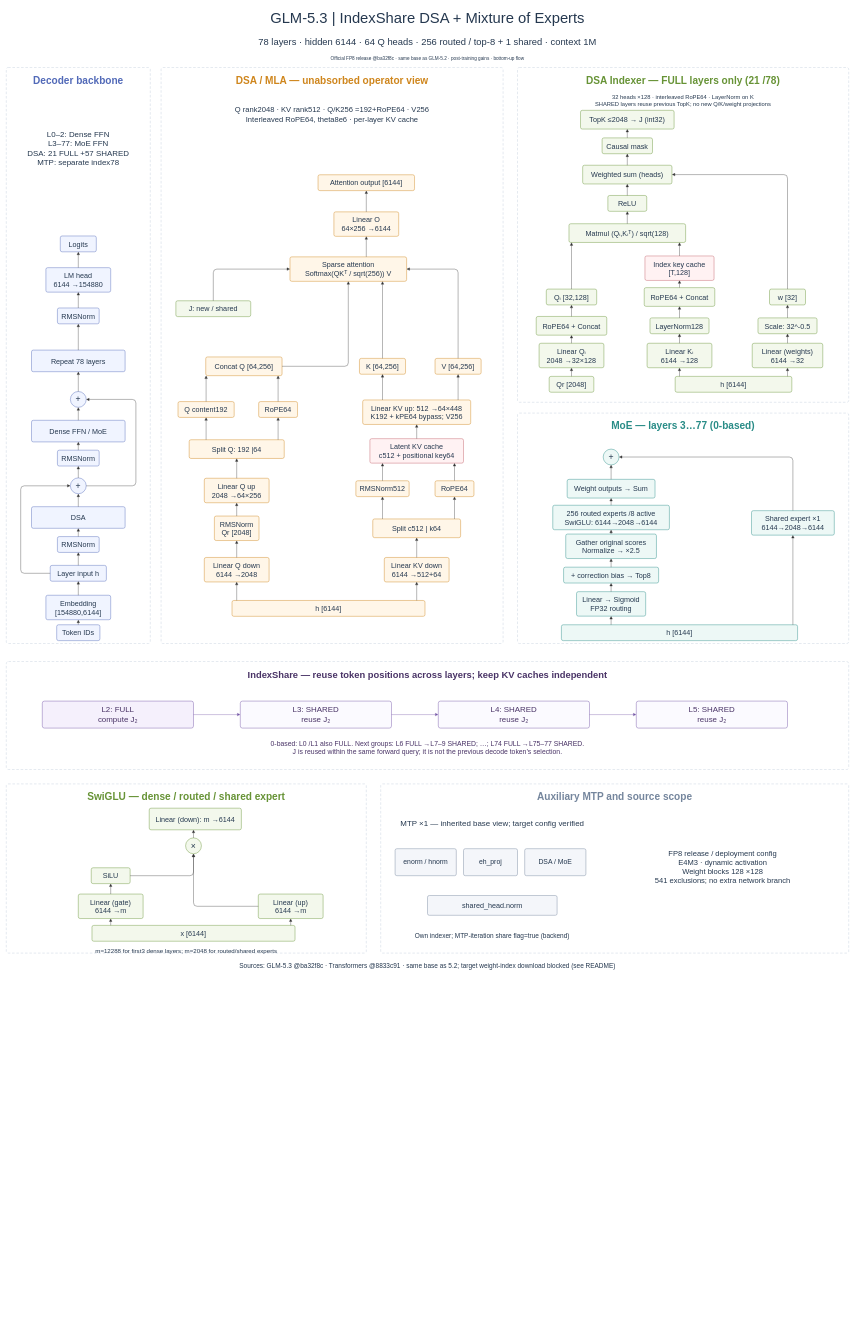
Earlier version of the draw.io diagram models/glm_5_3/glm_5_3_architecture.drawio (zishano/InfraTech). Source tidied: cells renumbered, new cells numbered last; positions are measured from the earlier drawing's top-left corner, leaving out a move shared by most shapes. Both pictures are drawn from the tidied source at 36%, with x=0, y=0 at pixel (6, 6).
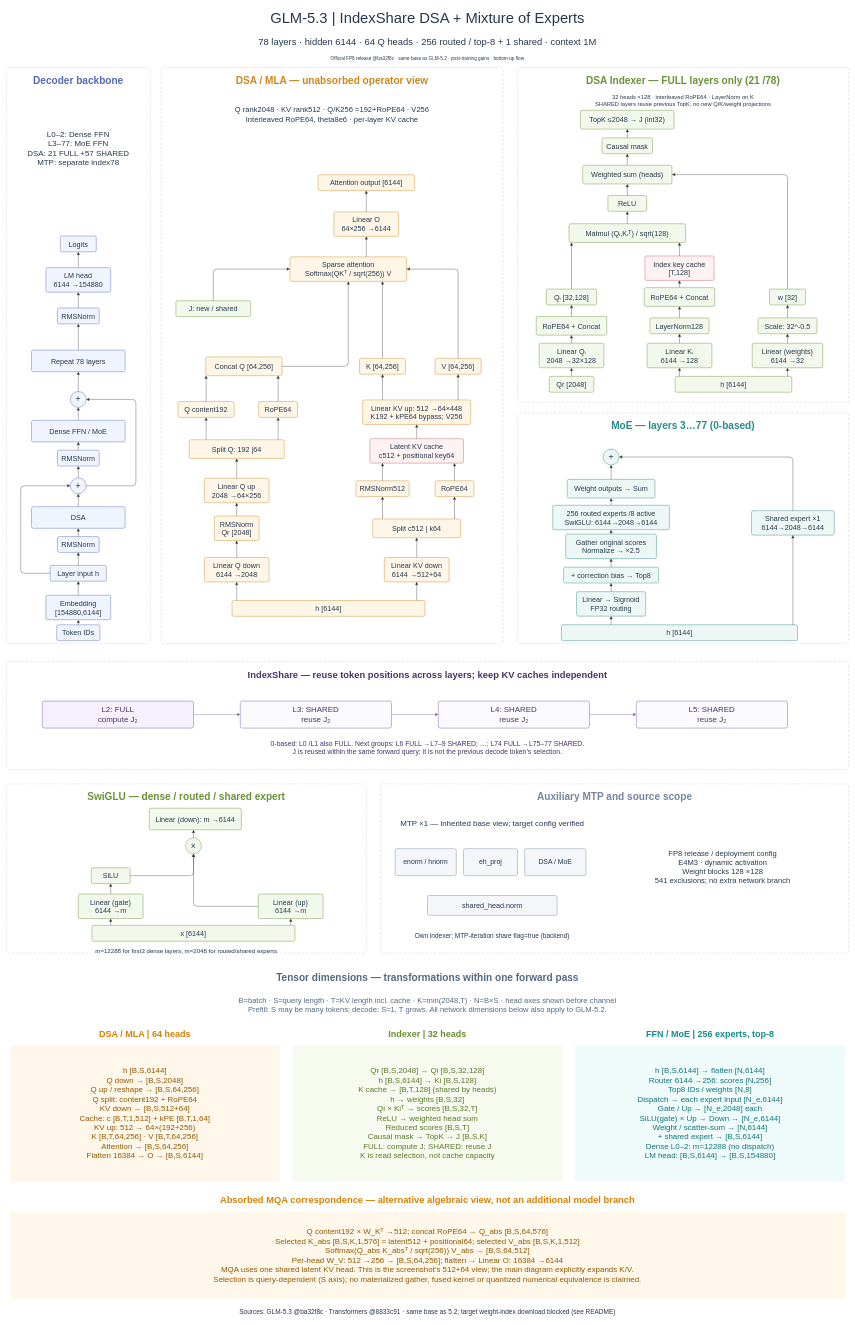
After the change.

Commit message (it also covers changes not shown here):
feat: annotate GLM 5.3 tensor dimensions and absorbed MQA correspondence

The edit, as a diff of the source:
```diff
@@
     <mxCell id="92" value="Sources: GLM-5.3 @ba32f8c · Transformers @8833c91 · same base as 5.2; target weight-index download blocked (see README)" style="rounded=1;arcSize=10;absoluteArcSize=1;html=0;whiteSpace=wrap;fontFamily=Arial;fontSize=18;fontColor=#25384f;align=center;verticalAlign=middle;spacing=6;fillColor=#f4f6fa;strokeColor=#75869d;strokeWidth=1.2;fillColor=none;strokeColor=none;architectureDecoration=1;" parent="1" vertex="1">
-      <mxGeometry x="10" y="2648" width="2320" height="38" as="geometry" />
+      <mxGeometry x="10" y="3608" width="2320" height="38" as="geometry" />
     </mxCell>
@@
+    <mxCell id="171" value="Tensor dimensions — transformations within one forward pass" style="rounded=1;arcSize=12;absoluteArcSize=1;html=0;whiteSpace=wrap;fontFamily=Arial;fontSize=28;fontColor=#526983;align=center;verticalAlign=middle;spacing=12;fillColor=none;strokeColor=none;fontStyle=1;architectureDecoration=1;" parent="1" vertex="1">
+      <mxGeometry y="2670" width="2340" height="55" as="geometry" />
+    </mxCell>
+    <mxCell id="172" value="B=batch · S=query length · T=KV length incl. cache · K=min(2048,T) · N=B×S · head axes shown before channel&#10;Prefill: S may be many tokens; decode: S=1, T grows. All network dimensions below also apply to GLM-5.2." style="rounded=1;arcSize=12;absoluteArcSize=1;html=0;whiteSpace=wrap;fontFamily=Arial;fontSize=21;fontColor=#526983;align=center;verticalAlign=middle;spacing=12;fillColor=none;strokeColor=none;fontStyle=0;architectureDecoration=1;" parent="1" vertex="1">
+      <mxGeometry x="20" y="2730" width="2300" height="85" as="geometry" />
+    </mxCell>
+    <mxCell id="173" value="DSA / MLA  |  64 heads" style="rounded=1;arcSize=12;absoluteArcSize=1;html=0;whiteSpace=wrap;fontFamily=Arial;fontSize=25;fontColor=#d78105;align=center;verticalAlign=middle;spacing=12;fillColor=none;strokeColor=none;fontStyle=1;architectureDecoration=1;" parent="1" vertex="1">
+      <mxGeometry x="10" y="2830" width="750" height="45" as="geometry" />
+    </mxCell>
+    <mxCell id="174" value="h [B,S,6144]&#10;Q down → [B,S,2048]&#10;Q up / reshape → [B,S,64,256]&#10;Q split: content192 + RoPE64&#10;KV down → [B,S,512+64]&#10;Cache: c [B,T,1,512] + kPE [B,T,1,64]&#10;KV up: 512 → 64×(192+256)&#10;K [B,T,64,256] · V [B,T,64,256]&#10;Attention → [B,S,64,256]&#10;Flatten 16384 → O → [B,S,6144]" style="rounded=1;arcSize=12;absoluteArcSize=1;html=0;whiteSpace=wrap;fontFamily=Arial;fontSize=22;fontColor=#915800;align=center;verticalAlign=middle;spacing=12;fillColor=#fff7e9;strokeColor=none;fontStyle=0;architectureDecoration=1;" parent="1" vertex="1">
+      <mxGeometry x="10" y="2885" width="750" height="380" as="geometry" />
+    </mxCell>
+    <mxCell id="175" value="Indexer  |  32 heads" style="rounded=1;arcSize=12;absoluteArcSize=1;html=0;whiteSpace=wrap;fontFamily=Arial;fontSize=25;fontColor=#698e32;align=center;verticalAlign=middle;spacing=12;fillColor=none;strokeColor=none;fontStyle=1;architectureDecoration=1;" parent="1" vertex="1">
+      <mxGeometry x="795" y="2830" width="750" height="45" as="geometry" />
+    </mxCell>
+    <mxCell id="176" value="Qr [B,S,2048] → Qi [B,S,32,128]&#10;h [B,S,6144] → Ki [B,S,128]&#10;K cache → [B,T,128] (shared by heads)&#10;h → weights [B,S,32]&#10;Qi × Kiᵀ → scores [B,S,32,T]&#10;ReLU → weighted head sum&#10;Reduced scores [B,S,T]&#10;Causal mask → TopK → J [B,S,K]&#10;FULL: compute J; SHARED: reuse J&#10;K is read selection, not cache capacity" style="rounded=1;arcSize=12;absoluteArcSize=1;html=0;whiteSpace=wrap;fontFamily=Arial;fontSize=22;fontColor=#587a28;align=center;verticalAlign=middle;spacing=12;fillColor=#f7faef;strokeColor=none;fontStyle=0;architectureDecoration=1;" parent="1" vertex="1">
+      <mxGeometry x="795" y="2885" width="750" height="380" as="geometry" />
+    </mxCell>
+    <mxCell id="177" value="FFN / MoE  |  256 experts, top-8" style="rounded=1;arcSize=12;absoluteArcSize=1;html=0;whiteSpace=wrap;fontFamily=Arial;fontSize=25;fontColor=#148b8c;align=center;verticalAlign=middle;spacing=12;fillColor=none;strokeColor=none;fontStyle=1;architectureDecoration=1;" parent="1" vertex="1">
+      <mxGeometry x="1580" y="2830" width="750" height="45" as="geometry" />
+    </mxCell>
+    <mxCell id="178" value="h [B,S,6144] → flatten [N,6144]&#10;Router 6144 →256: scores [N,256]&#10;Top8 IDs / weights [N,8]&#10;Dispatch → each expert input [N_e,6144]&#10;Gate / Up → [N_e,2048] each&#10;SiLU(gate) × Up → Down → [N_e,6144]&#10;Weight / scatter-sum → [N,6144]&#10;+ shared expert → [B,S,6144]&#10;Dense L0–2: m=12288 (no dispatch)&#10;LM head: [B,S,6144] → [B,S,154880]" style="rounded=1;arcSize=12;absoluteArcSize=1;html=0;whiteSpace=wrap;fontFamily=Arial;fontSize=22;fontColor=#137578;align=center;verticalAlign=middle;spacing=12;fillColor=#effafa;strokeColor=none;fontStyle=0;architectureDecoration=1;" parent="1" vertex="1">
+      <mxGeometry x="1580" y="2885" width="750" height="380" as="geometry" />
+    </mxCell>
+    <mxCell id="179" value="Absorbed MQA correspondence — alternative algebraic view, not an additional model branch" style="rounded=1;arcSize=12;absoluteArcSize=1;html=0;whiteSpace=wrap;fontFamily=Arial;fontSize=26;fontColor=#d78105;align=center;verticalAlign=middle;spacing=12;fillColor=none;strokeColor=none;fontStyle=1;architectureDecoration=1;" parent="1" vertex="1">
+      <mxGeometry x="10" y="3290" width="2320" height="50" as="geometry" />
+    </mxCell>
+    <mxCell id="180" value="Q content192 × W_Kᵀ →512; concat RoPE64 → Q_abs [B,S,64,576]&#10;Selected K_abs [B,S,K,1,576] = latent512 + positional64; selected V_abs [B,S,K,1,512]&#10;Softmax(Q_abs K_absᵀ / sqrt(256)) V_abs → [B,S,64,512]&#10;Per-head W_V: 512 →256 → [B,S,64,256]; flatten → Linear O: 16384 →6144&#10;MQA uses one shared latent KV head. This is the screenshot’s 512+64 view; the main diagram explicitly expands K/V.&#10;Selection is query-dependent (S axis); no materialized gather, fused kernel or quantized numerical equivalence is claimed." style="rounded=1;arcSize=12;absoluteArcSize=1;html=0;whiteSpace=wrap;fontFamily=Arial;fontSize=22;fontColor=#915800;align=center;verticalAlign=middle;spacing=12;fillColor=#fff7e9;strokeColor=none;fontStyle=0;architectureDecoration=1;" parent="1" vertex="1">
+      <mxGeometry x="10" y="3350" width="2320" height="240" as="geometry" />
+    </mxCell>
```
